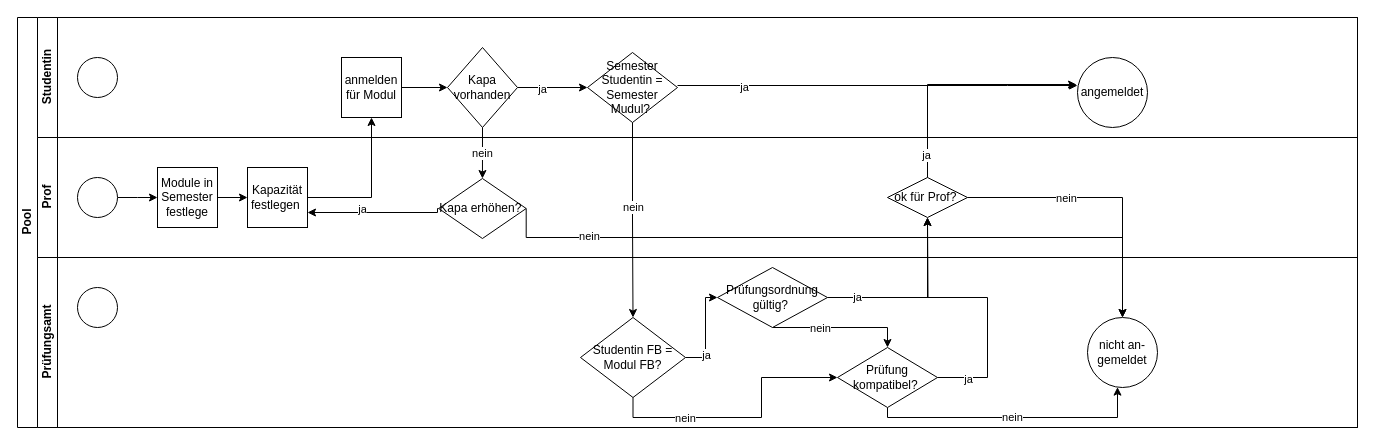
Above: Untitled Diagram.drawio in AnneQuinkenstein/clock (draw.io), before the change. Source tidied: cells renumbered, new cells numbered last; positions are measured from the earlier drawing's top-left corner, leaving out a move shared by most shapes. Both pictures are drawn from the tidied source at 100%, with x=0, y=0 at pixel (17, 17).
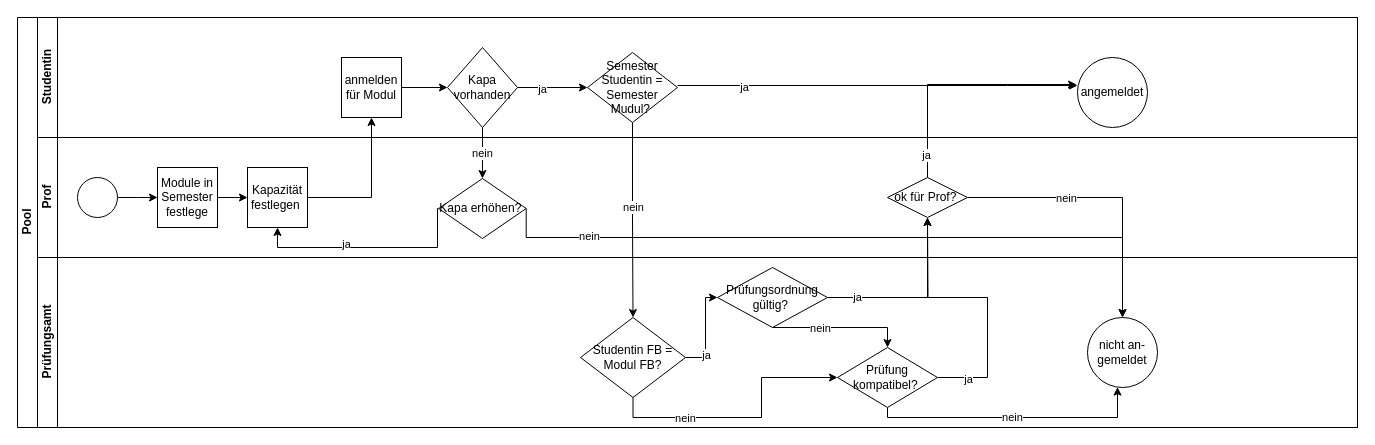
The same page after the edit.

Unchanged cells that the change refers to:
```xml
<mxCell id="3" value="Studentin" style="swimlane;html=1;startSize=20;horizontal=0;" parent="2" vertex="1">
  <mxGeometry x="20" width="1320" height="120" as="geometry" />
</mxCell>
<mxCell id="12" value="Prof" style="swimlane;html=1;startSize=20;horizontal=0;" parent="2" vertex="1">
  <mxGeometry x="20" y="120" width="1320" height="120" as="geometry" />
</mxCell>
<mxCell id="13" value="Kapazität festlegen&amp;nbsp;" style="rounded=0;whiteSpace=wrap;html=1;fontFamily=Helvetica;fontSize=12;fontColor=#000000;align=center;" parent="12" vertex="1">
  <mxGeometry x="210" y="30" width="60" height="60" as="geometry" />
</mxCell>
<mxCell id="21" value="Kapa erhöhen?&amp;nbsp;" style="rhombus;whiteSpace=wrap;html=1;fontFamily=Helvetica;fontSize=12;fontColor=#000000;align=center;" parent="12" vertex="1">
  <mxGeometry x="401.2" y="41" width="87.5" height="60" as="geometry" />
</mxCell>
<mxCell id="23" value="Prüfungsamt" style="swimlane;html=1;startSize=20;horizontal=0;" parent="2" vertex="1">
  <mxGeometry x="20" y="240" width="1320" height="170" as="geometry" />
</mxCell>
```

Change to the diagram source:
```diff
@@
-    <mxCell id="4" style="ellipse;whiteSpace=wrap;html=1;" parent="3" vertex="1">
-      <mxGeometry x="40" y="40" width="40" height="40" as="geometry" />
-    </mxCell>
@@
-    <mxCell id="19" style="edgeStyle=orthogonalEdgeStyle;rounded=0;jettySize=auto;html=1;exitX=0;exitY=0.5;exitDx=0;exitDy=0;entryX=1;entryY=0.75;entryDx=0;entryDy=0;" parent="12" edge="1" source="21" target="13">
+    <mxCell id="19" style="edgeStyle=orthogonalEdgeStyle;rounded=0;jettySize=auto;html=1;exitX=0;exitY=0.5;exitDx=0;exitDy=0;" parent="12" edge="1" source="21">
       <mxGeometry relative="1" as="geometry">
+        <mxPoint x="240" y="90" as="targetPoint" />
         <Array as="points">
-          <mxPoint x="400" y="75" />
+          <mxPoint x="400" y="71" />
+          <mxPoint x="400" y="110" />
+          <mxPoint x="240" y="110" />
         </Array>
       </mxGeometry>
     </mxCell>
@@
-    <mxCell id="24" style="ellipse;whiteSpace=wrap;html=1;" parent="23" vertex="1">
-      <mxGeometry x="40" y="30" width="40" height="40" as="geometry" />
-    </mxCell>
```
